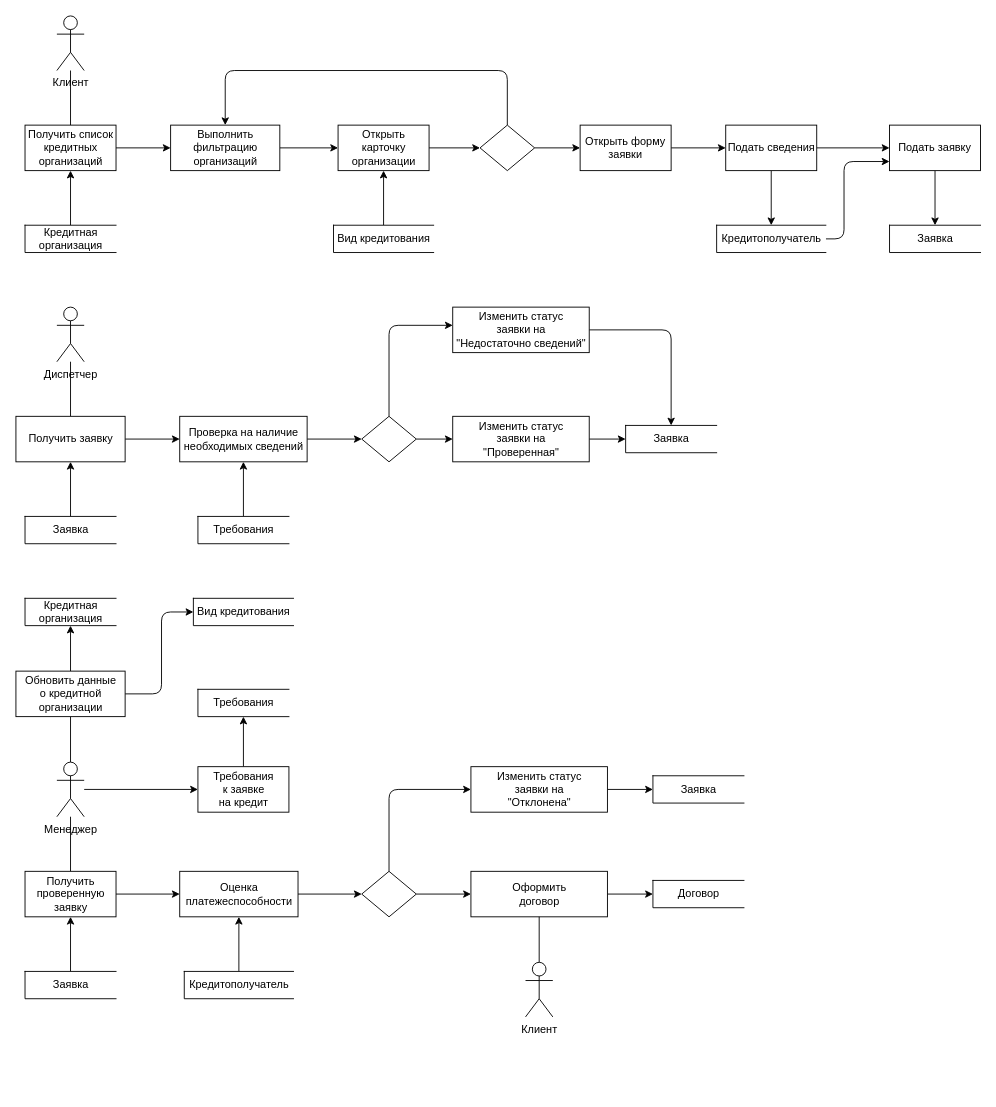
The draw.io diagram Diagrams/Data Flow.drawio in sothug/Loan-applications, before the edit. Source tidied: cells renumbered, new cells numbered last; positions are measured from the earlier drawing's top-left corner, leaving out a move shared by most shapes. Both pictures are drawn from the tidied source at 91%, with x=0, y=0 at pixel (15, 15).
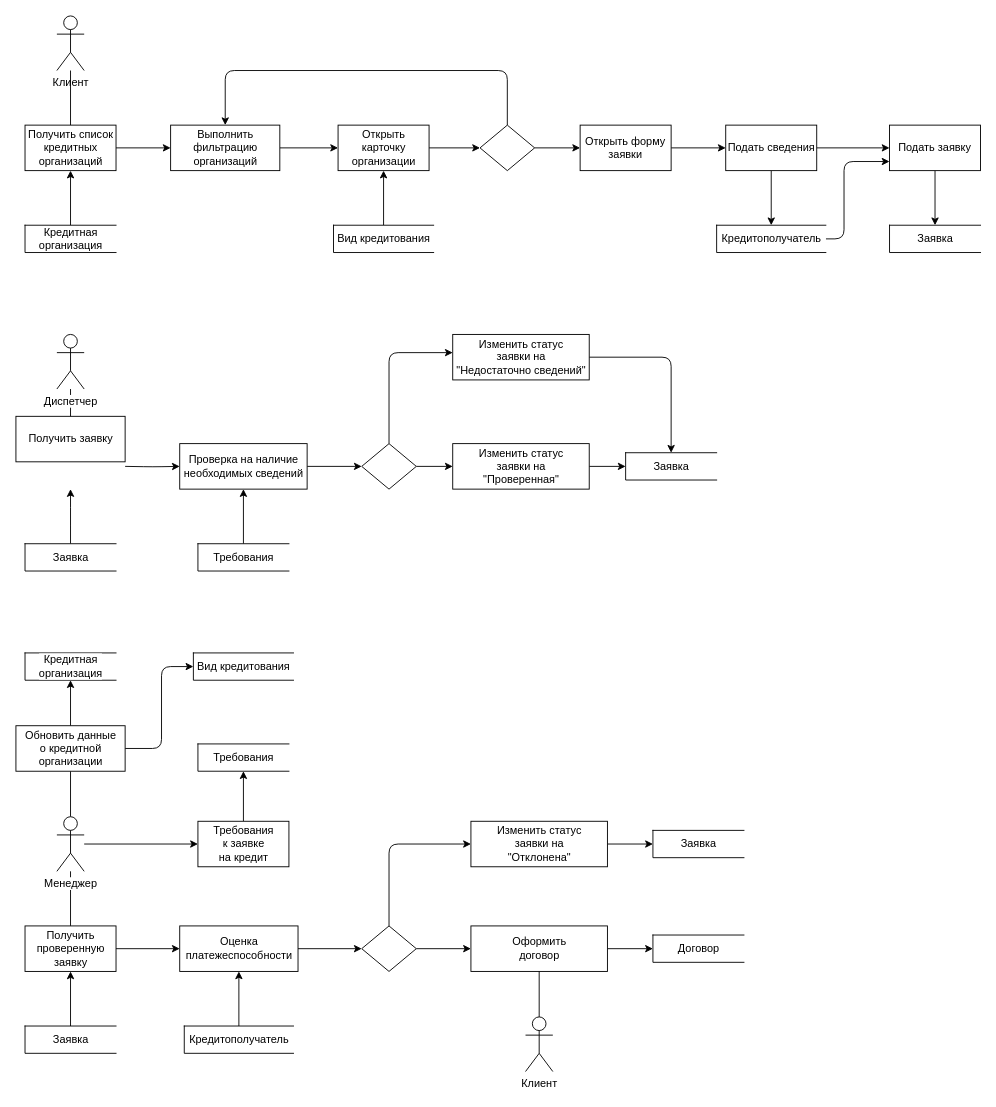
Above is the later version.

Unchanged cells that the change refers to:
```xml
<mxCell id="28" value="Получить заявку" style="html=1;dashed=0;whitespace=wrap;" parent="1" vertex="1">
  <mxGeometry y="440" width="120" height="50" as="geometry" />
</mxCell>
```

Diff of the diagram source:
```diff
@@
-    <mxCell id="24" style="edgeStyle=orthogonalEdgeStyle;rounded=0;jettySize=auto;html=1;endArrow=none;endFill=0;" parent="1" edge="1" source="25" target="28">
-      <mxGeometry relative="1" as="geometry" />
+    <mxCell id="24" style="edgeStyle=orthogonalEdgeStyle;rounded=0;jettySize=auto;html=1;endArrow=none;endFill=0;strokeColor=default;labelBackgroundColor=default;fontColor=default;" parent="1" edge="1" source="25">
+      <mxGeometry relative="1" as="geometry">
+        <mxPoint x="60" y="470" as="targetPoint" />
+      </mxGeometry>
     </mxCell>
-    <mxCell id="25" value="Диспетчер" style="shape=umlActor;verticalLabelPosition=bottom;verticalAlign=top;html=1;outlineConnect=0;" parent="1" vertex="1">
-      <mxGeometry x="45" y="320" width="30" height="60" as="geometry" />
+    <mxCell id="25" value="Диспетчер" style="shape=umlActor;verticalLabelPosition=bottom;verticalAlign=top;html=1;outlineConnect=0;strokeColor=default;labelBackgroundColor=default;fontColor=default;" parent="1" vertex="1">
+      <mxGeometry x="45" y="350" width="30" height="60" as="geometry" />
     </mxCell>
@@
-    <mxCell id="27" style="edgeStyle=orthogonalEdgeStyle;rounded=1;jettySize=auto;html=1;endArrow=classic;endFill=1;" parent="1" edge="1" source="28" target="32">
-      <mxGeometry relative="1" as="geometry" />
+    <mxCell id="27" style="edgeStyle=orthogonalEdgeStyle;rounded=1;jettySize=auto;html=1;endArrow=classic;endFill=1;strokeColor=default;labelBackgroundColor=default;fontColor=default;" parent="1" edge="1" target="32">
+      <mxGeometry relative="1" as="geometry">
+        <mxPoint x="120" y="495" as="sourcePoint" />
+      </mxGeometry>
     </mxCell>
@@
-    <mxCell id="29" style="edgeStyle=orthogonalEdgeStyle;rounded=1;jettySize=auto;html=1;strokeColor=default;labelBackgroundColor=default;fontColor=default;" parent="1" edge="1" source="30" target="28">
-      <mxGeometry relative="1" as="geometry" />
+    <mxCell id="29" style="edgeStyle=orthogonalEdgeStyle;rounded=1;jettySize=auto;html=1;strokeColor=default;labelBackgroundColor=default;fontColor=default;" parent="1" edge="1" source="30">
+      <mxGeometry relative="1" as="geometry">
+        <mxPoint x="60" y="520" as="targetPoint" />
+      </mxGeometry>
     </mxCell>
-    <mxCell id="30" value="Заявка" style="html=1;dashed=0;whitespace=wrap;shape=partialRectangle;right=0;" parent="1" vertex="1">
-      <mxGeometry x="10" y="550" width="100" height="30" as="geometry" />
+    <mxCell id="30" value="Заявка" style="html=1;dashed=0;whitespace=wrap;shape=partialRectangle;right=0;strokeColor=default;labelBackgroundColor=default;fontColor=default;" parent="1" vertex="1">
+      <mxGeometry x="10" y="580" width="100" height="30" as="geometry" />
     </mxCell>
-    <mxCell id="31" style="edgeStyle=orthogonalEdgeStyle;rounded=1;jettySize=auto;html=1;endArrow=classic;endFill=1;" parent="1" edge="1" source="32" target="35">
+    <mxCell id="31" style="edgeStyle=orthogonalEdgeStyle;rounded=1;jettySize=auto;html=1;endArrow=classic;endFill=1;strokeColor=default;labelBackgroundColor=default;fontColor=default;" parent="1" edge="1" source="32" target="35">
       <mxGeometry relative="1" as="geometry" />
     </mxCell>
-    <mxCell id="32" value="Проверка на наличие&lt;br&gt;необходимых сведений" style="html=1;dashed=0;whitespace=wrap;" parent="1" vertex="1">
-      <mxGeometry x="180" y="440" width="140" height="50" as="geometry" />
+    <mxCell id="32" value="Проверка на наличие&lt;br&gt;необходимых сведений" style="html=1;dashed=0;whitespace=wrap;strokeColor=default;labelBackgroundColor=default;fontColor=default;" parent="1" vertex="1">
+      <mxGeometry x="180" y="470" width="140" height="50" as="geometry" />
     </mxCell>
-    <mxCell id="33" style="edgeStyle=orthogonalEdgeStyle;rounded=1;jettySize=auto;html=1;endArrow=classic;endFill=1;" parent="1" edge="1" source="35" target="71">
+    <mxCell id="33" style="edgeStyle=orthogonalEdgeStyle;rounded=1;jettySize=auto;html=1;endArrow=classic;endFill=1;strokeColor=default;labelBackgroundColor=default;fontColor=default;" parent="1" edge="1" source="35" target="71">
       <mxGeometry relative="1" as="geometry">
         <Array as="points">
-          <mxPoint x="410" y="340" />
+          <mxPoint x="410" y="370" />
         </Array>
       </mxGeometry>
     </mxCell>
-    <mxCell id="34" style="edgeStyle=orthogonalEdgeStyle;rounded=1;jettySize=auto;html=1;endArrow=classic;endFill=1;" parent="1" edge="1" source="35" target="37">
+    <mxCell id="34" style="edgeStyle=orthogonalEdgeStyle;rounded=1;jettySize=auto;html=1;endArrow=classic;endFill=1;strokeColor=default;labelBackgroundColor=default;fontColor=default;" parent="1" edge="1" source="35" target="37">
       <mxGeometry relative="1" as="geometry" />
     </mxCell>
-    <mxCell id="35" style="shape=rhombus;html=1;dashed=0;whitespace=wrap;perimeter=rhombusPerimeter;" parent="1" vertex="1">
-      <mxGeometry x="380" y="440" width="60" height="50" as="geometry" />
+    <mxCell id="35" style="shape=rhombus;html=1;dashed=0;whitespace=wrap;perimeter=rhombusPerimeter;strokeColor=default;labelBackgroundColor=default;fontColor=default;" parent="1" vertex="1">
+      <mxGeometry x="380" y="470" width="60" height="50" as="geometry" />
     </mxCell>
@@
-    <mxCell id="37" value="Изменить статус&lt;br&gt;заявки на&lt;br&gt;&quot;Проверенная&quot;" style="html=1;dashed=0;whitespace=wrap;" parent="1" vertex="1">
-      <mxGeometry x="480" y="440" width="150" height="50" as="geometry" />
+    <mxCell id="37" value="Изменить статус&lt;br&gt;заявки на&lt;br&gt;&quot;Проверенная&quot;" style="html=1;dashed=0;whitespace=wrap;strokeColor=default;labelBackgroundColor=default;fontColor=default;" parent="1" vertex="1">
+      <mxGeometry x="480" y="470" width="150" height="50" as="geometry" />
     </mxCell>
-    <mxCell id="38" value="Заявка" style="html=1;dashed=0;whitespace=wrap;shape=partialRectangle;right=0;" parent="1" vertex="1">
-      <mxGeometry x="670" y="450" width="100" height="30" as="geometry" />
+    <mxCell id="38" value="Заявка" style="html=1;dashed=0;whitespace=wrap;shape=partialRectangle;right=0;strokeColor=default;labelBackgroundColor=default;fontColor=default;" parent="1" vertex="1">
+      <mxGeometry x="670" y="480" width="100" height="30" as="geometry" />
     </mxCell>
-    <mxCell id="39" style="edgeStyle=orthogonalEdgeStyle;rounded=0;jettySize=auto;html=1;endArrow=none;endFill=0;" parent="1" edge="1" source="42" target="44">
+    <mxCell id="39" style="edgeStyle=orthogonalEdgeStyle;rounded=0;jettySize=auto;html=1;endArrow=none;endFill=0;strokeColor=default;labelBackgroundColor=default;fontColor=default;" parent="1" edge="1" source="42" target="44">
       <mxGeometry relative="1" as="geometry" />
     </mxCell>
-    <mxCell id="40" style="edgeStyle=orthogonalEdgeStyle;rounded=0;jettySize=auto;html=1;" parent="1" edge="1" source="42" target="63">
+    <mxCell id="40" style="edgeStyle=orthogonalEdgeStyle;rounded=0;jettySize=auto;html=1;strokeColor=default;labelBackgroundColor=default;fontColor=default;" parent="1" edge="1" source="42" target="63">
       <mxGeometry relative="1" as="geometry" />
     </mxCell>
-    <mxCell id="41" style="edgeStyle=orthogonalEdgeStyle;rounded=0;jettySize=auto;html=1;endArrow=none;endFill=0;" parent="1" edge="1" source="42" target="66">
+    <mxCell id="41" style="edgeStyle=orthogonalEdgeStyle;rounded=0;jettySize=auto;html=1;endArrow=none;endFill=0;strokeColor=default;labelBackgroundColor=default;fontColor=default;" parent="1" edge="1" source="42" target="66">
       <mxGeometry relative="1" as="geometry" />
     </mxCell>
-    <mxCell id="42" value="Менеджер" style="shape=umlActor;verticalLabelPosition=bottom;verticalAlign=top;html=1;outlineConnect=0;" parent="1" vertex="1">
-      <mxGeometry x="45" y="820" width="30" height="60" as="geometry" />
+    <mxCell id="42" value="Менеджер" style="shape=umlActor;verticalLabelPosition=bottom;verticalAlign=top;html=1;outlineConnect=0;strokeColor=default;labelBackgroundColor=default;fontColor=default;" parent="1" vertex="1">
+      <mxGeometry x="45" y="880" width="30" height="60" as="geometry" />
     </mxCell>
-    <mxCell id="43" style="edgeStyle=orthogonalEdgeStyle;rounded=1;jettySize=auto;html=1;endArrow=classic;endFill=1;" parent="1" edge="1" source="44" target="48">
+    <mxCell id="43" style="edgeStyle=orthogonalEdgeStyle;rounded=1;jettySize=auto;html=1;endArrow=classic;endFill=1;strokeColor=default;labelBackgroundColor=default;fontColor=default;" parent="1" edge="1" source="44" target="48">
       <mxGeometry relative="1" as="geometry" />
     </mxCell>
-    <mxCell id="44" value="Получить&lt;br&gt;проверенную&lt;br&gt;заявку" style="html=1;dashed=0;whitespace=wrap;" parent="1" vertex="1">
-      <mxGeometry x="10" y="940" width="100" height="50" as="geometry" />
+    <mxCell id="44" value="Получить&lt;br&gt;проверенную&lt;br&gt;заявку" style="html=1;dashed=0;whitespace=wrap;strokeColor=default;labelBackgroundColor=default;fontColor=default;" parent="1" vertex="1">
+      <mxGeometry x="10" y="1000" width="100" height="50" as="geometry" />
     </mxCell>
@@
-    <mxCell id="46" value="Заявка" style="html=1;dashed=0;whitespace=wrap;shape=partialRectangle;right=0;" parent="1" vertex="1">
-      <mxGeometry x="10" y="1050" width="100" height="30" as="geometry" />
+    <mxCell id="46" value="Заявка" style="html=1;dashed=0;whitespace=wrap;shape=partialRectangle;right=0;strokeColor=default;labelBackgroundColor=default;fontColor=default;" parent="1" vertex="1">
+      <mxGeometry x="10" y="1110" width="100" height="30" as="geometry" />
     </mxCell>
-    <mxCell id="47" style="edgeStyle=orthogonalEdgeStyle;rounded=1;jettySize=auto;html=1;endArrow=classic;endFill=1;" parent="1" edge="1" source="48" target="51">
+    <mxCell id="47" style="edgeStyle=orthogonalEdgeStyle;rounded=1;jettySize=auto;html=1;endArrow=classic;endFill=1;strokeColor=default;labelBackgroundColor=default;fontColor=default;" parent="1" edge="1" source="48" target="51">
       <mxGeometry relative="1" as="geometry" />
     </mxCell>
-    <mxCell id="48" value="Оценка&lt;br&gt;платежеспособности" style="html=1;dashed=0;whitespace=wrap;" parent="1" vertex="1">
-      <mxGeometry x="180" y="940" width="130" height="50" as="geometry" />
+    <mxCell id="48" value="Оценка&lt;br&gt;платежеспособности" style="html=1;dashed=0;whitespace=wrap;strokeColor=default;labelBackgroundColor=default;fontColor=default;" parent="1" vertex="1">
+      <mxGeometry x="180" y="1000" width="130" height="50" as="geometry" />
     </mxCell>
-    <mxCell id="49" style="edgeStyle=orthogonalEdgeStyle;rounded=1;jettySize=auto;html=1;endArrow=classic;endFill=1;" parent="1" edge="1" source="51" target="73">
+    <mxCell id="49" style="edgeStyle=orthogonalEdgeStyle;rounded=1;jettySize=auto;html=1;endArrow=classic;endFill=1;strokeColor=default;labelBackgroundColor=default;fontColor=default;" parent="1" edge="1" source="51" target="73">
       <mxGeometry relative="1" as="geometry">
         <Array as="points">
-          <mxPoint x="410" y="850" />
+          <mxPoint x="410" y="910" />
         </Array>
       </mxGeometry>
     </mxCell>
-    <mxCell id="50" style="edgeStyle=orthogonalEdgeStyle;rounded=1;jettySize=auto;html=1;endArrow=classic;endFill=1;" parent="1" edge="1" source="51" target="53">
+    <mxCell id="50" style="edgeStyle=orthogonalEdgeStyle;rounded=1;jettySize=auto;html=1;endArrow=classic;endFill=1;strokeColor=default;labelBackgroundColor=default;fontColor=default;" parent="1" edge="1" source="51" target="53">
       <mxGeometry relative="1" as="geometry" />
     </mxCell>
-    <mxCell id="51" style="shape=rhombus;html=1;dashed=0;whitespace=wrap;perimeter=rhombusPerimeter;" parent="1" vertex="1">
-      <mxGeometry x="380" y="940" width="60" height="50" as="geometry" />
+    <mxCell id="51" style="shape=rhombus;html=1;dashed=0;whitespace=wrap;perimeter=rhombusPerimeter;strokeColor=default;labelBackgroundColor=default;fontColor=default;" parent="1" vertex="1">
+      <mxGeometry x="380" y="1000" width="60" height="50" as="geometry" />
     </mxCell>
@@
-    <mxCell id="53" value="Оформить&lt;br&gt;договор" style="html=1;dashed=0;whitespace=wrap;" parent="1" vertex="1">
-      <mxGeometry x="500" y="940" width="150" height="50" as="geometry" />
+    <mxCell id="53" value="Оформить&lt;br&gt;договор" style="html=1;dashed=0;whitespace=wrap;strokeColor=default;labelBackgroundColor=default;fontColor=default;" parent="1" vertex="1">
+      <mxGeometry x="500" y="1000" width="150" height="50" as="geometry" />
     </mxCell>
-    <mxCell id="54" style="edgeStyle=orthogonalEdgeStyle;rounded=0;jettySize=auto;html=1;endArrow=none;endFill=0;" parent="1" edge="1" source="55" target="53">
+    <mxCell id="54" style="edgeStyle=orthogonalEdgeStyle;rounded=0;jettySize=auto;html=1;endArrow=none;endFill=0;strokeColor=default;labelBackgroundColor=default;fontColor=default;" parent="1" edge="1" source="55" target="53">
       <mxGeometry relative="1" as="geometry" />
     </mxCell>
-    <mxCell id="55" value="Клиент" style="shape=umlActor;verticalLabelPosition=bottom;verticalAlign=top;html=1;outlineConnect=0;" parent="1" vertex="1">
-      <mxGeometry x="560" y="1040" width="30" height="60" as="geometry" />
+    <mxCell id="55" value="Клиент" style="shape=umlActor;verticalLabelPosition=bottom;verticalAlign=top;html=1;outlineConnect=0;strokeColor=default;labelBackgroundColor=default;fontColor=default;" parent="1" vertex="1">
+      <mxGeometry x="560" y="1100" width="30" height="60" as="geometry" />
     </mxCell>
@@
-    <mxCell id="59" value="Требования" style="html=1;dashed=0;whitespace=wrap;shape=partialRectangle;right=0;" parent="1" vertex="1">
-      <mxGeometry x="200" y="550" width="100" height="30" as="geometry" />
+    <mxCell id="59" value="Требования" style="html=1;dashed=0;whitespace=wrap;shape=partialRectangle;right=0;strokeColor=default;labelBackgroundColor=default;fontColor=default;" parent="1" vertex="1">
+      <mxGeometry x="200" y="580" width="100" height="30" as="geometry" />
     </mxCell>
@@
-    <mxCell id="61" value="Кредитополучатель" style="html=1;dashed=0;whitespace=wrap;shape=partialRectangle;right=0;" parent="1" vertex="1">
-      <mxGeometry x="185" y="1050" width="120" height="30" as="geometry" />
+    <mxCell id="61" value="Кредитополучатель" style="html=1;dashed=0;whitespace=wrap;shape=partialRectangle;right=0;strokeColor=default;labelBackgroundColor=default;fontColor=default;" parent="1" vertex="1">
+      <mxGeometry x="185" y="1110" width="120" height="30" as="geometry" />
     </mxCell>
@@
-    <mxCell id="63" value="&lt;span&gt;Требования&lt;br&gt;к заявке&lt;br&gt;на кредит&lt;/span&gt;" style="html=1;dashed=0;whitespace=wrap;" parent="1" vertex="1">
-      <mxGeometry x="200" y="825" width="100" height="50" as="geometry" />
+    <mxCell id="63" value="&lt;span&gt;Требования&lt;br&gt;к заявке&lt;br&gt;на кредит&lt;/span&gt;" style="html=1;dashed=0;whitespace=wrap;strokeColor=default;labelBackgroundColor=default;fontColor=default;" parent="1" vertex="1">
+      <mxGeometry x="200" y="885" width="100" height="50" as="geometry" />
     </mxCell>
@@
-    <mxCell id="65" style="edgeStyle=orthogonalEdgeStyle;rounded=1;jettySize=auto;html=1;endArrow=classic;endFill=1;" parent="1" edge="1" source="66" target="69">
+    <mxCell id="65" style="edgeStyle=orthogonalEdgeStyle;rounded=1;jettySize=auto;html=1;endArrow=classic;endFill=1;strokeColor=default;labelBackgroundColor=default;fontColor=default;" parent="1" edge="1" source="66" target="69">
       <mxGeometry relative="1" as="geometry">
         <Array as="points">
-          <mxPoint x="160" y="745" />
-          <mxPoint x="160" y="655" />
+          <mxPoint x="160" y="805" />
+          <mxPoint x="160" y="715" />
         </Array>
       </mxGeometry>
     </mxCell>
-    <mxCell id="66" value="Обновить данные&lt;br&gt;о кредитной&lt;br&gt;организации" style="html=1;dashed=0;whitespace=wrap;" parent="1" vertex="1">
-      <mxGeometry y="720" width="120" height="50" as="geometry" />
+    <mxCell id="66" value="Обновить данные&lt;br&gt;о кредитной&lt;br&gt;организации" style="html=1;dashed=0;whitespace=wrap;strokeColor=default;labelBackgroundColor=default;fontColor=default;" parent="1" vertex="1">
+      <mxGeometry y="780" width="120" height="50" as="geometry" />
     </mxCell>
-    <mxCell id="67" value="Кредитная&lt;br&gt;организация" style="html=1;dashed=0;whitespace=wrap;shape=partialRectangle;right=0;" parent="1" vertex="1">
-      <mxGeometry x="10" y="640" width="100" height="30" as="geometry" />
+    <mxCell id="67" value="Кредитная&lt;br&gt;организация" style="html=1;dashed=0;whitespace=wrap;shape=partialRectangle;right=0;strokeColor=default;labelBackgroundColor=default;fontColor=default;" parent="1" vertex="1">
+      <mxGeometry x="10" y="700" width="100" height="30" as="geometry" />
     </mxCell>
-    <mxCell id="68" value="Требования" style="html=1;dashed=0;whitespace=wrap;shape=partialRectangle;right=0;" parent="1" vertex="1">
-      <mxGeometry x="200" y="740" width="100" height="30" as="geometry" />
+    <mxCell id="68" value="Требования" style="html=1;dashed=0;whitespace=wrap;shape=partialRectangle;right=0;strokeColor=default;labelBackgroundColor=default;fontColor=default;" parent="1" vertex="1">
+      <mxGeometry x="200" y="800" width="100" height="30" as="geometry" />
     </mxCell>
-    <mxCell id="69" value="Вид кредитования" style="html=1;dashed=0;whitespace=wrap;shape=partialRectangle;right=0;" parent="1" vertex="1">
-      <mxGeometry x="195" y="640" width="110" height="30" as="geometry" />
+    <mxCell id="69" value="Вид кредитования" style="html=1;dashed=0;whitespace=wrap;shape=partialRectangle;right=0;strokeColor=default;labelBackgroundColor=default;fontColor=default;" parent="1" vertex="1">
+      <mxGeometry x="195" y="700" width="110" height="30" as="geometry" />
     </mxCell>
-    <mxCell id="70" style="edgeStyle=orthogonalEdgeStyle;rounded=1;jettySize=auto;html=1;" parent="1" edge="1" source="71" target="38">
+    <mxCell id="70" style="edgeStyle=orthogonalEdgeStyle;rounded=1;jettySize=auto;html=1;strokeColor=default;labelBackgroundColor=default;fontColor=default;" parent="1" edge="1" source="71" target="38">
       <mxGeometry relative="1" as="geometry" />
     </mxCell>
-    <mxCell id="71" value="Изменить статус&lt;br&gt;заявки на&lt;br&gt;&quot;Недостаточно сведений&quot;" style="html=1;dashed=0;whitespace=wrap;" parent="1" vertex="1">
-      <mxGeometry x="480" y="320" width="150" height="50" as="geometry" />
+    <mxCell id="71" value="Изменить статус&lt;br&gt;заявки на&lt;br&gt;&quot;Недостаточно сведений&quot;" style="html=1;dashed=0;whitespace=wrap;strokeColor=default;labelBackgroundColor=default;fontColor=default;" parent="1" vertex="1">
+      <mxGeometry x="480" y="350" width="150" height="50" as="geometry" />
     </mxCell>
@@
-    <mxCell id="73" value="Изменить статус&lt;br&gt;заявки на&lt;br&gt;&quot;Отклонена&quot;" style="html=1;dashed=0;whitespace=wrap;" parent="1" vertex="1">
-      <mxGeometry x="500" y="825" width="150" height="50" as="geometry" />
+    <mxCell id="73" value="Изменить статус&lt;br&gt;заявки на&lt;br&gt;&quot;Отклонена&quot;" style="html=1;dashed=0;whitespace=wrap;strokeColor=default;labelBackgroundColor=default;fontColor=default;" parent="1" vertex="1">
+      <mxGeometry x="500" y="885" width="150" height="50" as="geometry" />
     </mxCell>
-    <mxCell id="74" value="Заявка" style="html=1;dashed=0;whitespace=wrap;shape=partialRectangle;right=0;" parent="1" vertex="1">
-      <mxGeometry x="700" y="835" width="100" height="30" as="geometry" />
+    <mxCell id="74" value="Заявка" style="html=1;dashed=0;whitespace=wrap;shape=partialRectangle;right=0;strokeColor=default;labelBackgroundColor=default;fontColor=default;" parent="1" vertex="1">
+      <mxGeometry x="700" y="895" width="100" height="30" as="geometry" />
     </mxCell>
-    <mxCell id="75" value="Договор" style="html=1;dashed=0;whitespace=wrap;shape=partialRectangle;right=0;" parent="1" vertex="1">
-      <mxGeometry x="700" y="950" width="100" height="30" as="geometry" />
+    <mxCell id="75" value="Договор" style="html=1;dashed=0;whitespace=wrap;shape=partialRectangle;right=0;strokeColor=default;labelBackgroundColor=default;fontColor=default;" parent="1" vertex="1">
+      <mxGeometry x="700" y="1010" width="100" height="30" as="geometry" />
     </mxCell>
```
